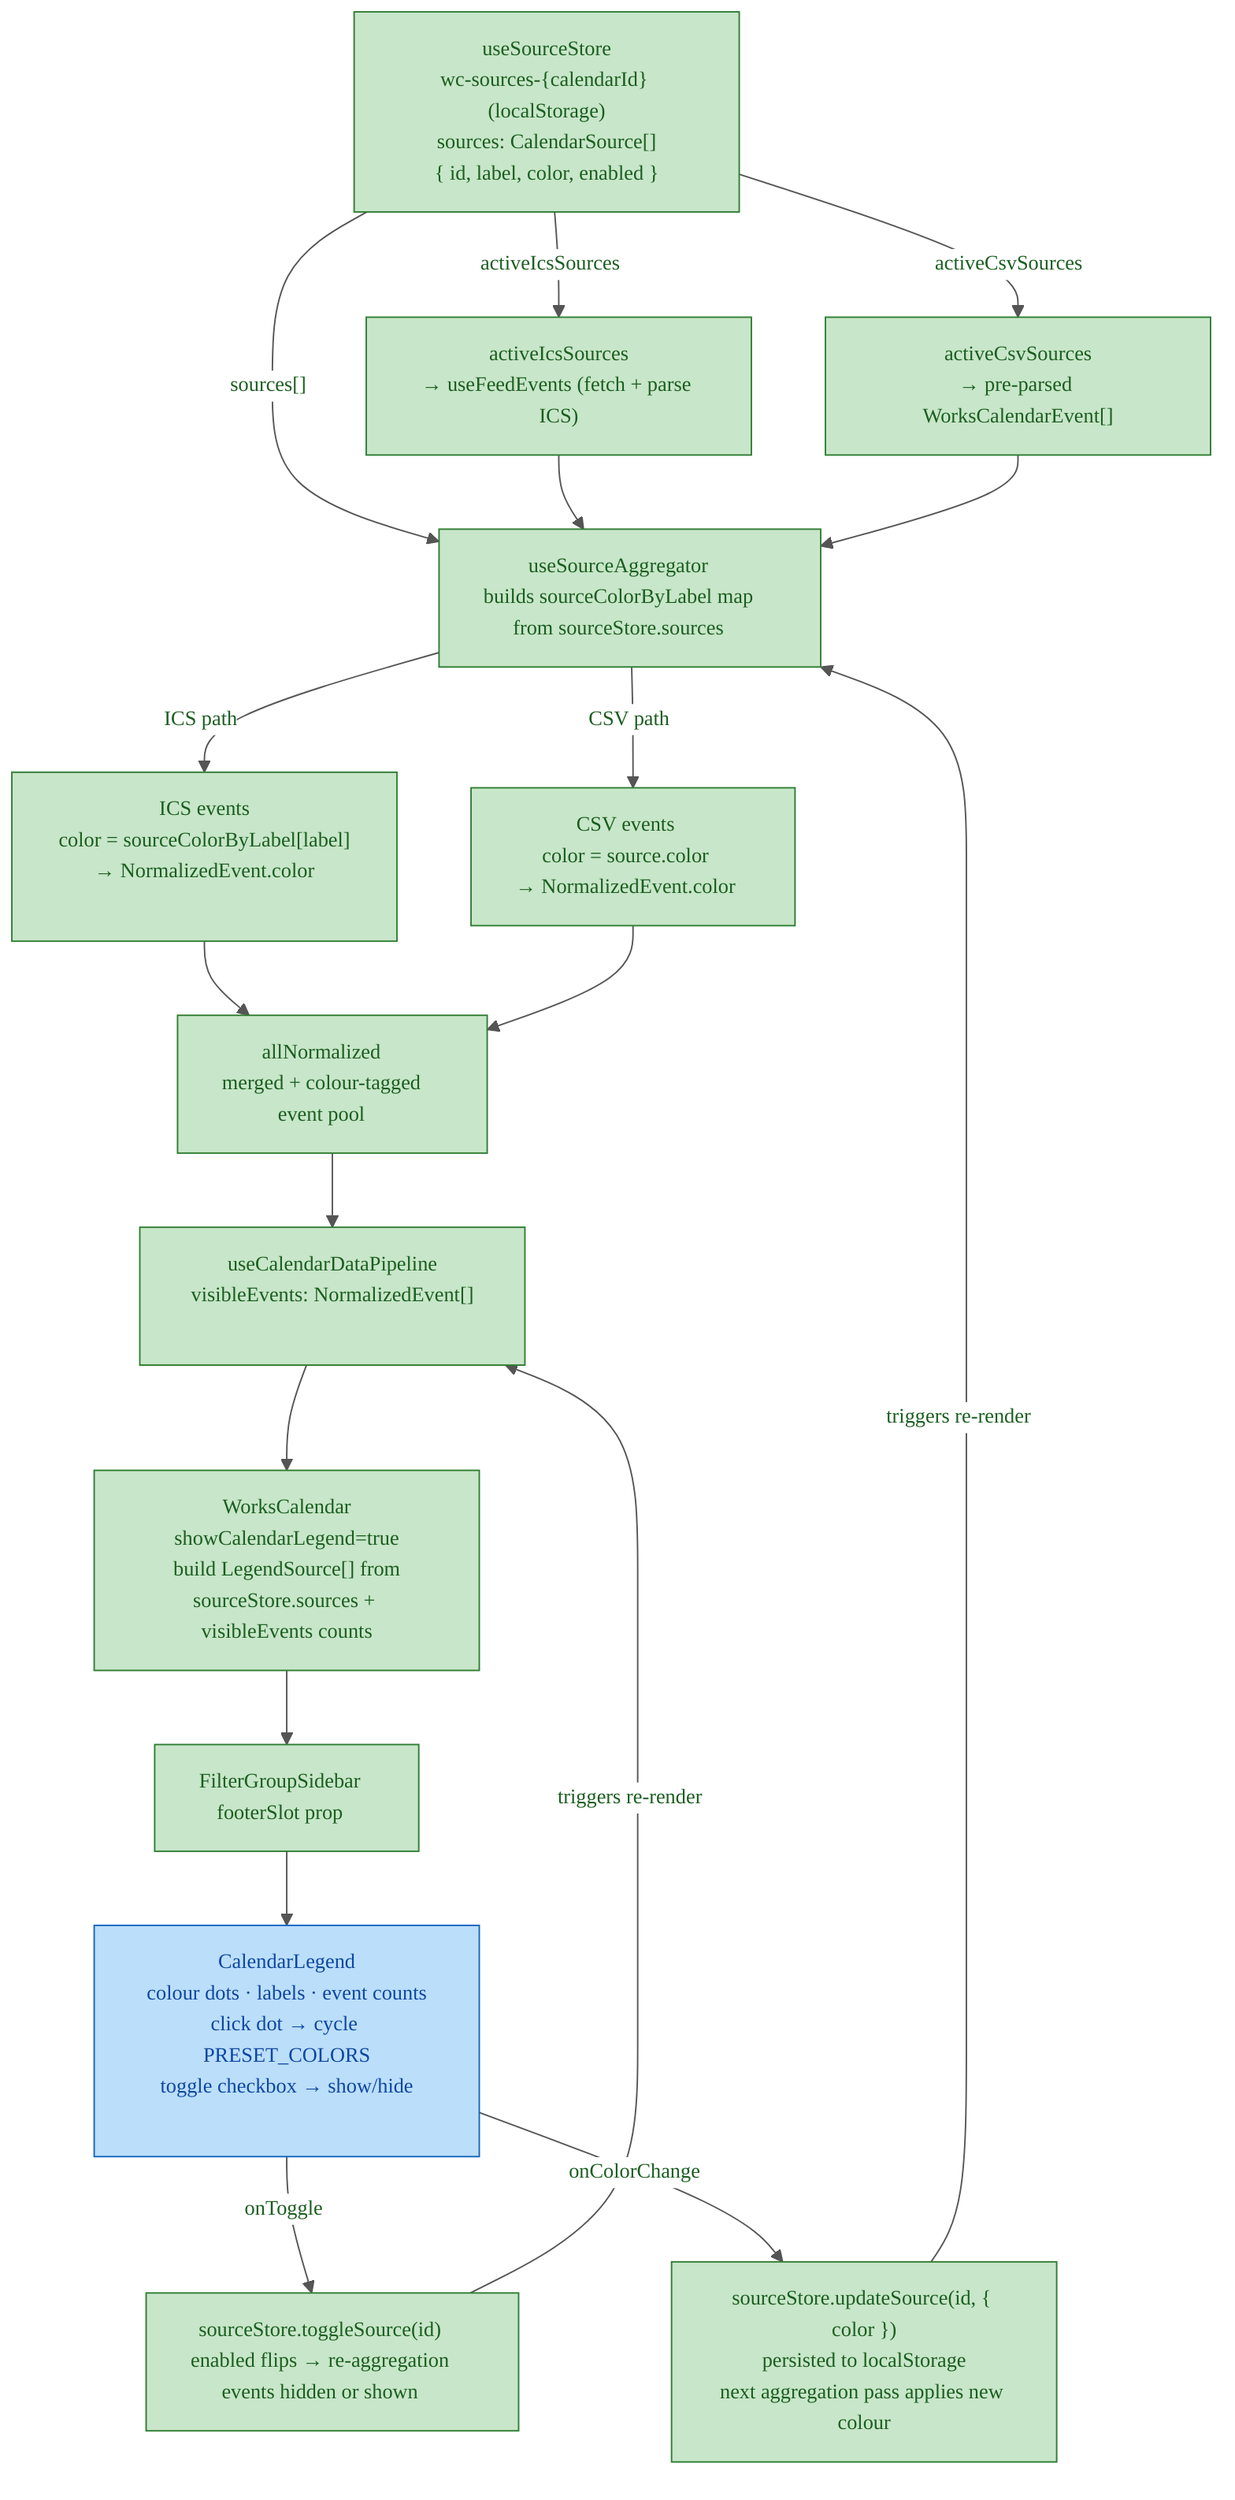
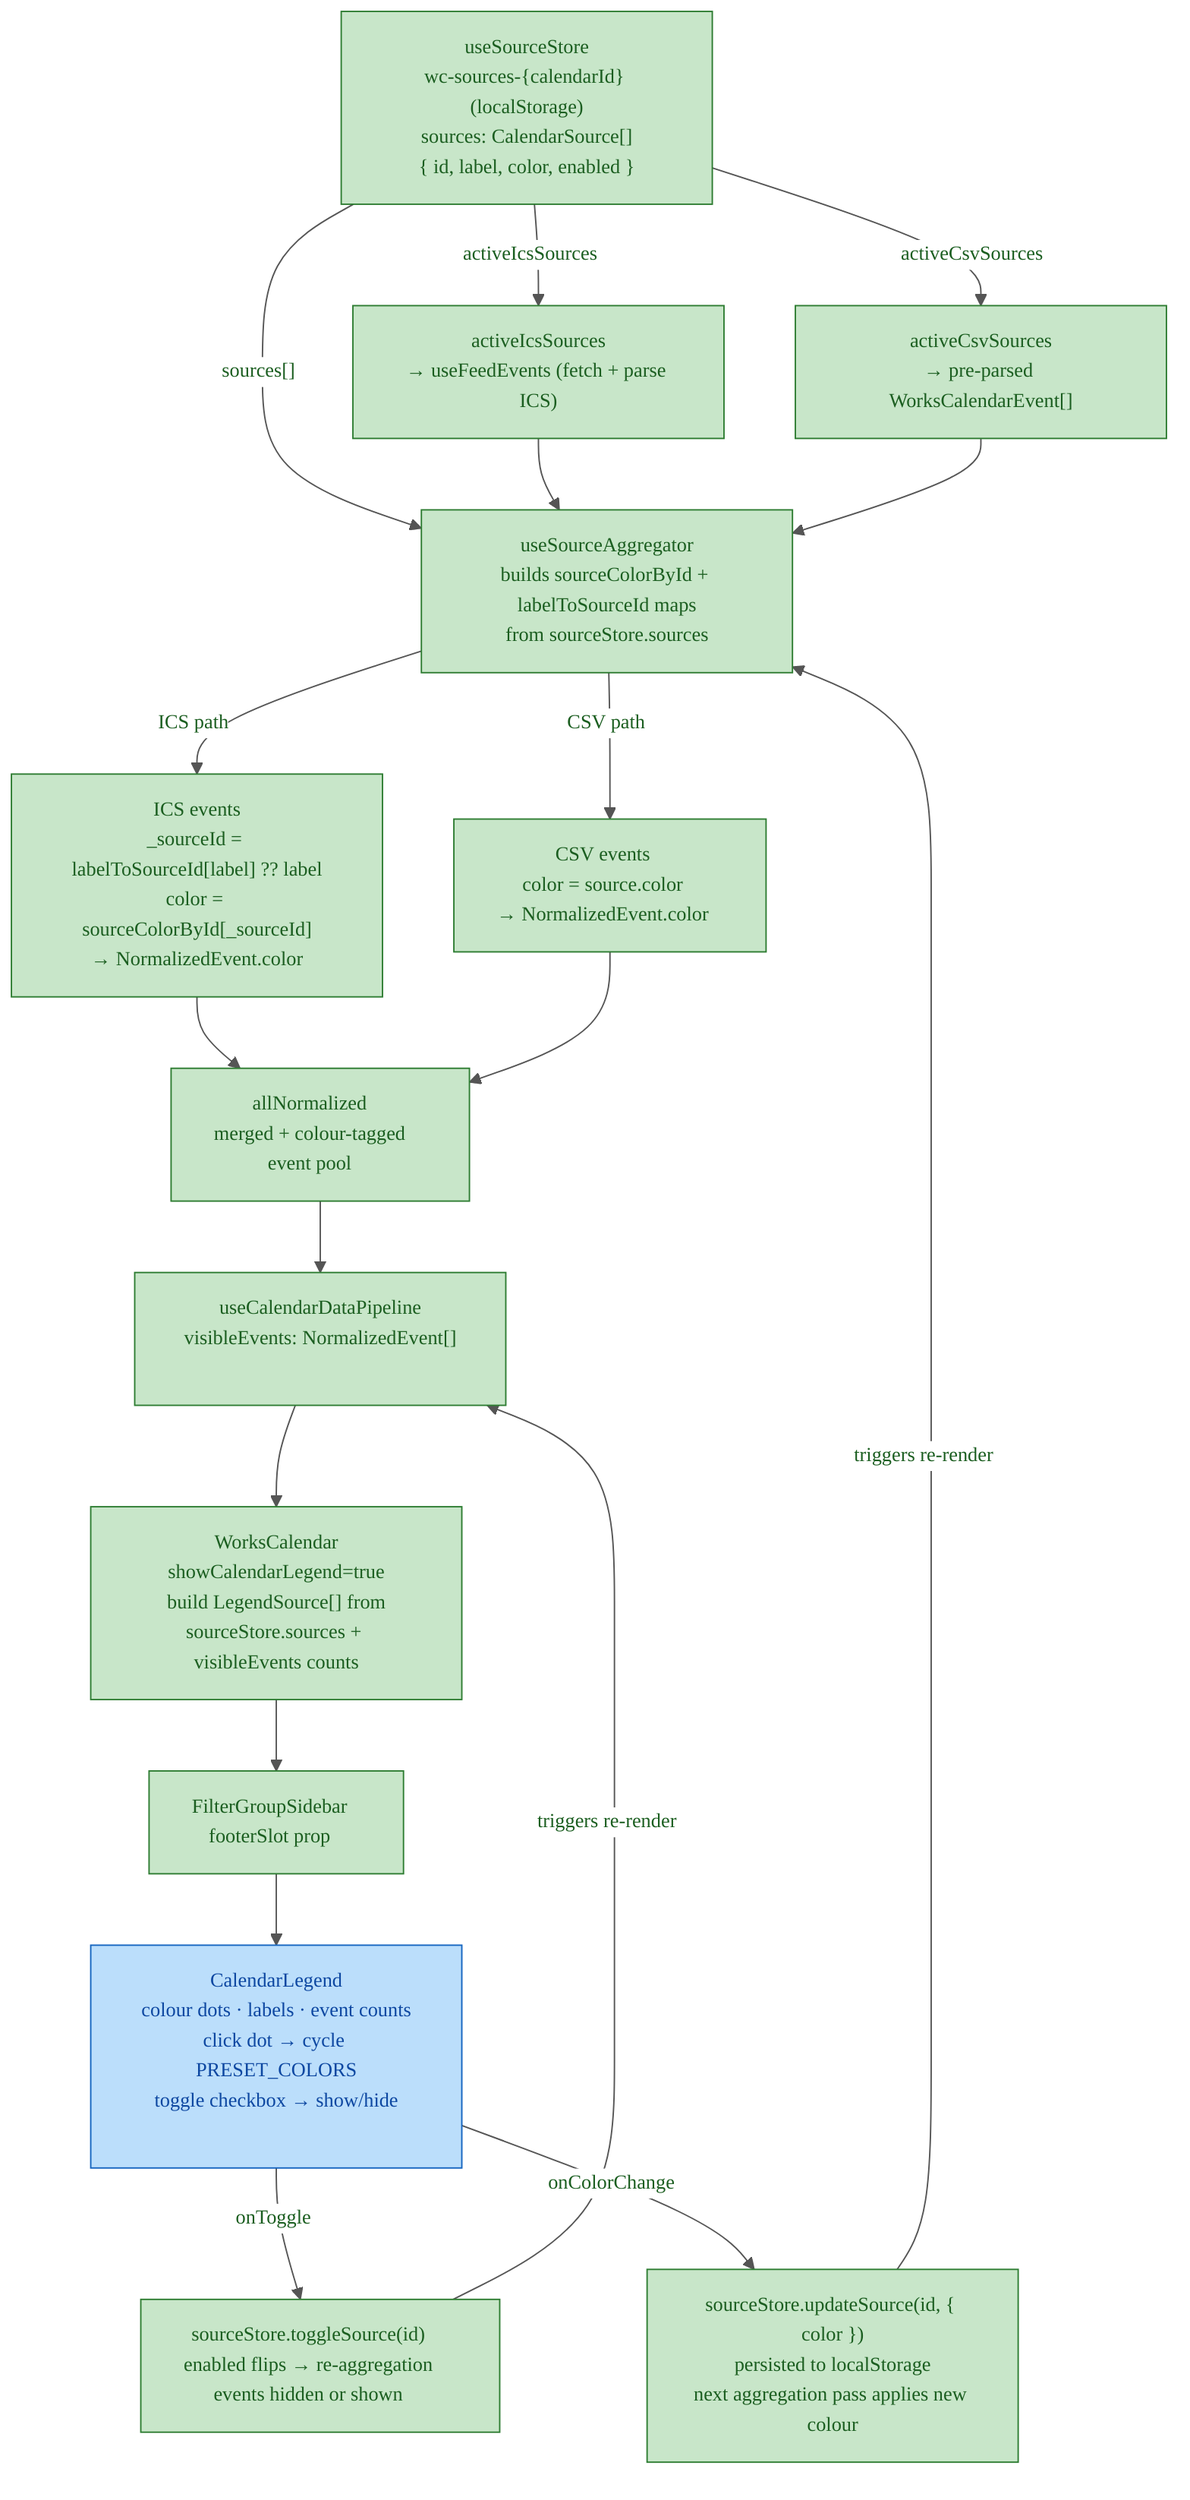
%%{init: {'theme': 'base', 'themeVariables': {'fontFamily': 'ui-sans-serif, system-ui, sans-serif', 'fontSize': '14px', 'primaryColor': '#c8e6c9', 'primaryTextColor': '#1b5e20', 'primaryBorderColor': '#2e7d32', 'lineColor': '#555555', 'edgeLabelBackground': '#ffffff'}}}%%
flowchart TD
    A["useSourceStore\nwc-sources-{calendarId} (localStorage)\nsources: CalendarSource[]\n{ id, label, color, enabled }"]:::g
    B["activeIcsSources\n→ useFeedEvents (fetch + parse ICS)"]:::g
    C["activeCsvSources\n→ pre-parsed WorksCalendarEvent[]"]:::g
-     D["useSourceAggregator\nbuilds sourceColorByLabel map\nfrom sourceStore.sources"]:::g
-     E["ICS events\ncolor = sourceColorByLabel[label]\n→ NormalizedEvent.color"]:::g
+     D["useSourceAggregator\nbuilds sourceColorById + labelToSourceId maps\nfrom sourceStore.sources"]:::g
+     E["ICS events\n_sourceId = labelToSourceId[label] ?? label\ncolor = sourceColorById[_sourceId]\n→ NormalizedEvent.color"]:::g
    F["CSV events\ncolor = source.color\n→ NormalizedEvent.color"]:::g
    G["allNormalized\nmerged + colour-tagged\nevent pool"]:::g
    H["useCalendarDataPipeline\nvisibleEvents: NormalizedEvent[]"]:::g
    I["WorksCalendar\nshowCalendarLegend=true\nbuild LegendSource[] from\nsourceStore.sources + visibleEvents counts"]:::g
    J["FilterGroupSidebar\nfooterSlot prop"]:::g
    K["CalendarLegend\ncolour dots · labels · event counts\nclick dot → cycle PRESET_COLORS\ntoggle checkbox → show/hide"]:::b
    L["sourceStore.toggleSource(id)\nenabled flips → re-aggregation\nevents hidden or shown"]:::g
    M["sourceStore.updateSource(id, { color })\npersisted to localStorage\nnext aggregation pass applies new colour"]:::g

    A -->|"sources[]"| D
    A -->|"activeIcsSources"| B
    A -->|"activeCsvSources"| C
    B --> D
    C --> D
    D -->|"ICS path"| E
    D -->|"CSV path"| F
    E --> G
    F --> G
    G --> H
    H --> I
    I --> J
    J --> K
    K -->|"onToggle"| L
    K -->|"onColorChange"| M
    L -->|"triggers re-render"| H
    M -->|"triggers re-render"| D

    classDef g fill:#c8e6c9,stroke:#2e7d32,color:#1b5e20
    classDef b fill:#bbdefb,stroke:#1565c0,color:#0d47a1
